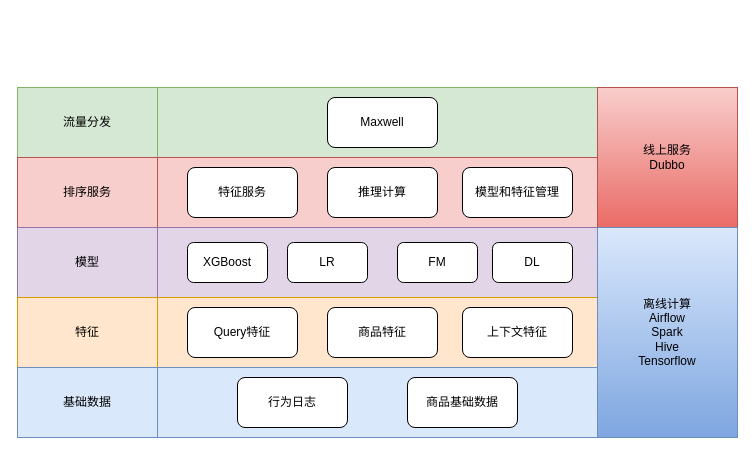
Above: engineering/架构设计/推荐排序算法架构.drawio in Wanke15/wanke15.github.io (draw.io), before the change. Source tidied: cells renumbered, new cells numbered last; positions are measured from the earlier drawing's top-left corner, leaving out a move shared by most shapes. Both pictures are drawn from the tidied source at 100%, with x=0, y=0 at pixel (17, 87).
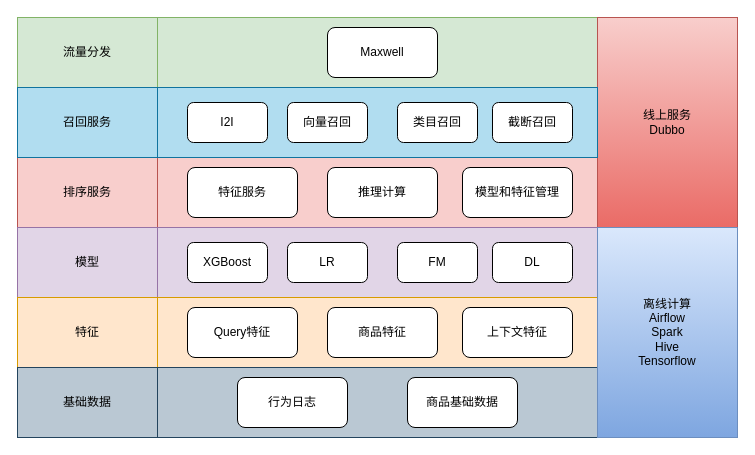
After the change.

Commit message (it also covers changes not shown here):
Update 推荐排序算法架构.drawio

The edit, as a diff of the source:
```diff
@@
     <mxCell id="2" value="流量分发" style="rounded=0;whiteSpace=wrap;html=1;fillColor=#d5e8d4;strokeColor=#82b366;" parent="1" vertex="1">
-      <mxGeometry width="140" height="70" as="geometry" />
+      <mxGeometry y="-70" width="140" height="70" as="geometry" />
     </mxCell>
@@
     <mxCell id="4" style="rounded=0;whiteSpace=wrap;html=1;fillColor=#d5e8d4;strokeColor=#82b366;" parent="1" vertex="1">
-      <mxGeometry x="140" width="440" height="70" as="geometry" />
+      <mxGeometry x="140" y="-70" width="440" height="70" as="geometry" />
     </mxCell>
     <mxCell id="5" value="Maxwell" style="rounded=1;whiteSpace=wrap;html=1;" parent="1" vertex="1">
-      <mxGeometry x="310" y="10" width="110" height="50" as="geometry" />
+      <mxGeometry x="310" y="-60" width="110" height="50" as="geometry" />
     </mxCell>
@@
-    <mxCell id="21" value="基础数据" style="rounded=0;whiteSpace=wrap;html=1;fillColor=#dae8fc;strokeColor=#6c8ebf;" parent="1" vertex="1">
+    <mxCell id="21" value="基础数据" style="rounded=0;whiteSpace=wrap;html=1;fillColor=#bac8d3;strokeColor=#23445d;" parent="1" vertex="1">
       <mxGeometry y="280" width="140" height="70" as="geometry" />
     </mxCell>
-    <mxCell id="22" style="rounded=0;whiteSpace=wrap;html=1;fillColor=#dae8fc;strokeColor=#6c8ebf;" parent="1" vertex="1">
+    <mxCell id="22" style="rounded=0;whiteSpace=wrap;html=1;fillColor=#bac8d3;strokeColor=#23445d;" parent="1" vertex="1">
       <mxGeometry x="140" y="280" width="440" height="70" as="geometry" />
     </mxCell>
@@
     <mxCell id="25" value="线上服务&lt;br&gt;Dubbo" style="rounded=0;whiteSpace=wrap;html=1;gradientColor=#ea6b66;fillColor=#f8cecc;strokeColor=#b85450;" parent="1" vertex="1">
-      <mxGeometry x="580" width="140" height="140" as="geometry" />
+      <mxGeometry x="580" y="-70" width="140" height="210" as="geometry" />
     </mxCell>
@@
+    <mxCell id="27" value="召回服务" style="rounded=0;whiteSpace=wrap;html=1;fillColor=#b1ddf0;strokeColor=#10739e;" parent="1" vertex="1">
+      <mxGeometry width="140" height="70" as="geometry" />
+    </mxCell>
+    <mxCell id="28" style="rounded=0;whiteSpace=wrap;html=1;fillColor=#b1ddf0;strokeColor=#10739e;" parent="1" vertex="1">
+      <mxGeometry x="140" width="440" height="70" as="geometry" />
+    </mxCell>
+    <mxCell id="29" value="I2I" style="rounded=1;whiteSpace=wrap;html=1;" parent="1" vertex="1">
+      <mxGeometry x="170" y="15" width="80" height="40" as="geometry" />
+    </mxCell>
+    <mxCell id="30" value="向量召回" style="rounded=1;whiteSpace=wrap;html=1;" parent="1" vertex="1">
+      <mxGeometry x="270" y="15" width="80" height="40" as="geometry" />
+    </mxCell>
+    <mxCell id="31" value="类目召回" style="rounded=1;whiteSpace=wrap;html=1;" parent="1" vertex="1">
+      <mxGeometry x="380" y="15" width="80" height="40" as="geometry" />
+    </mxCell>
+    <mxCell id="32" value="截断召回" style="rounded=1;whiteSpace=wrap;html=1;" parent="1" vertex="1">
+      <mxGeometry x="475" y="15" width="80" height="40" as="geometry" />
+    </mxCell>
```
